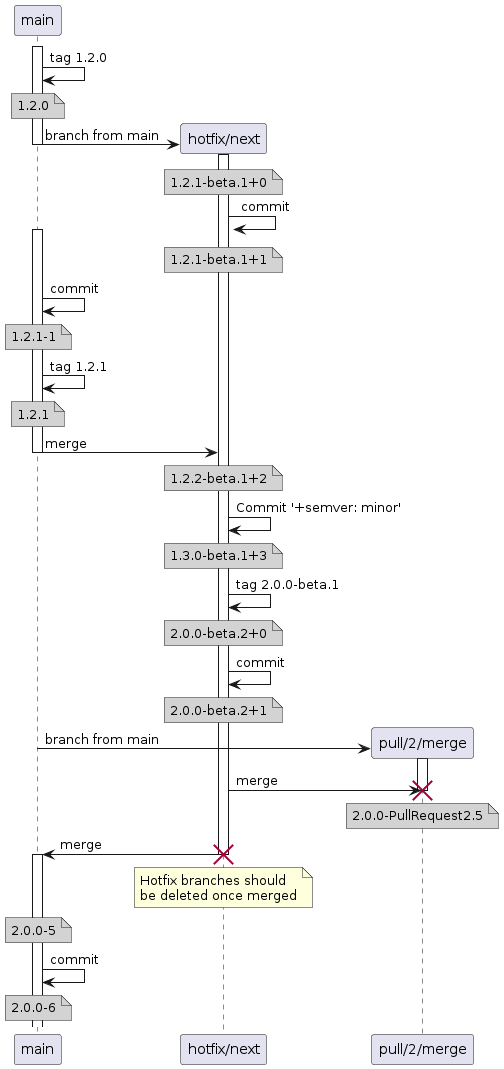
This is docs/input/docs/img/DocumentationSamplesForGitFlow_HotfixBranch.png from GitTools/GitVersion, a PlantUML export, as it was before one commit.
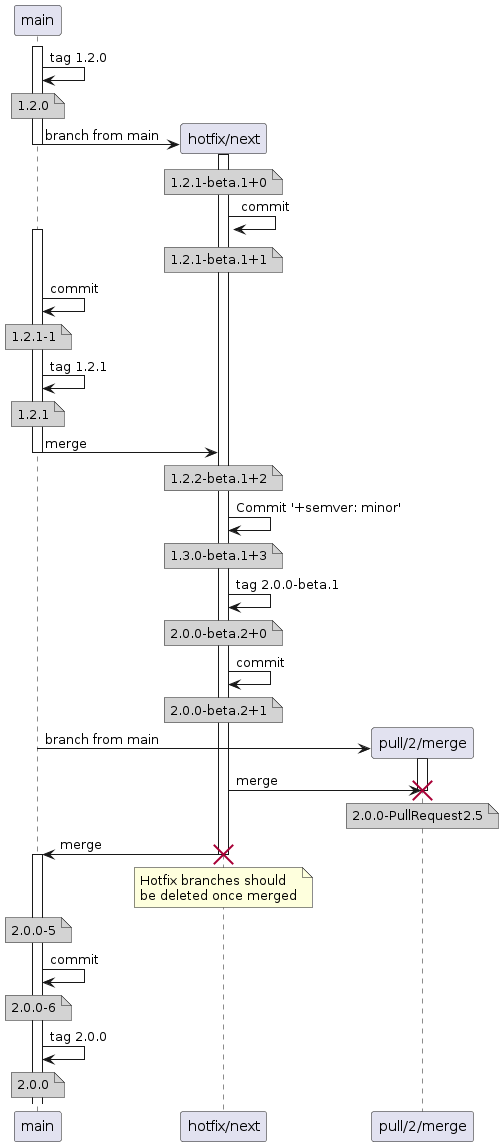
Later version of the same file.

The edit, as a diff of the source:
```diff
@@ -63,4 +63,8 @@
     note over main #D3D3D3
       2.0.0-6
     end note
+    main -> main: tag 2.0.0
+    note over main #D3D3D3
+      2.0.0
+    end note
 @enduml
```
